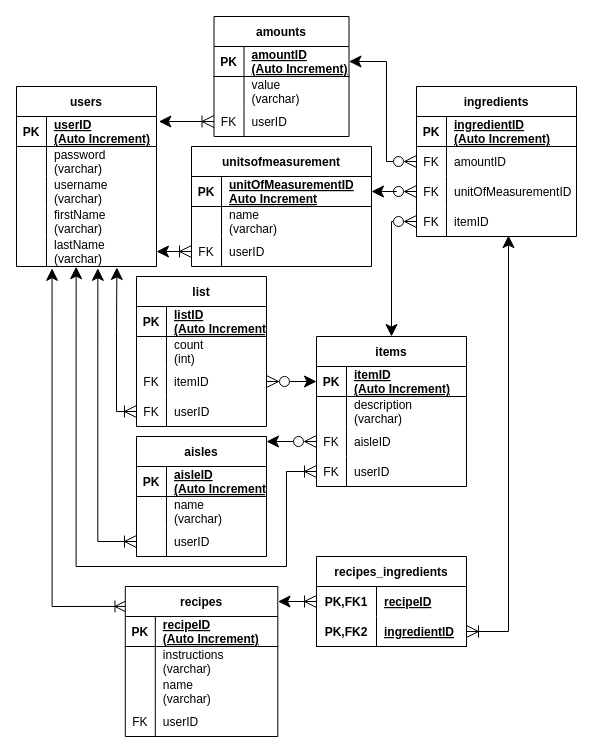
The draw.io diagram GBR ERD.drawio in squeekems/groceriesbyrecipe, before the edit. Source tidied: cells renumbered, new cells numbered last; positions are measured from the earlier drawing's top-left corner, leaving out a move shared by most shapes. Both pictures are drawn from the tidied source at 100%, with x=0, y=0 at pixel (16, 16).
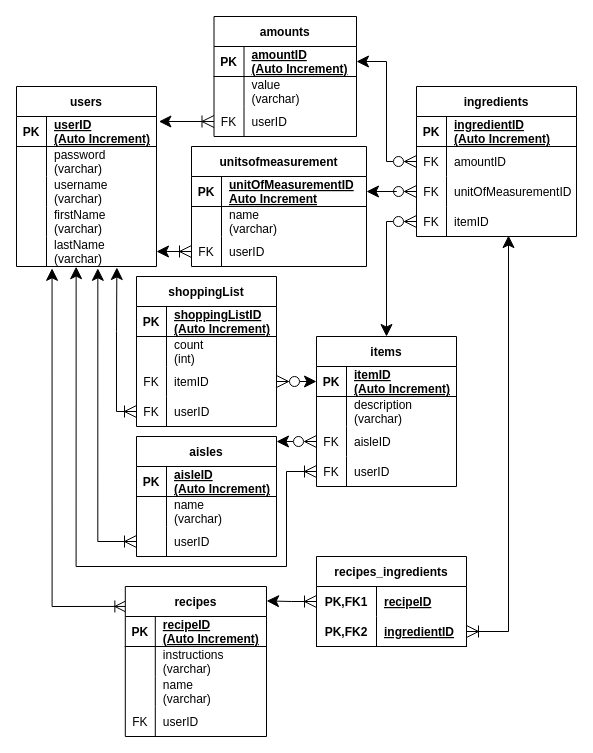
Above is the later version.

The edit, as a diff of the source:
```diff
@@
     <mxCell id="19" value="items" style="shape=table;startSize=30;childLayout=tableLayout;rowLines=0;fontStyle=1;align=center;rounded=0;shadow=0;sketch=0;fillColor=#FFFFFF;" parent="1" vertex="1">
-      <mxGeometry x="300" y="320" width="150" height="150" as="geometry" />
+      <mxGeometry x="300" y="320" width="140" height="150" as="geometry" />
     </mxCell>
     <mxCell id="20" style="shape=tableRow;horizontal=0;startSize=0;swimlaneHead=0;swimlaneBody=0;fillColor=none;points=[[0,0.5],[1,0.5]];portConstraint=eastwest;top=0;left=0;right=0;bottom=1;rounded=0;shadow=0;sketch=0;" parent="19" vertex="1">
-      <mxGeometry y="30" width="150" height="30" as="geometry" />
+      <mxGeometry y="30" width="140" height="30" as="geometry" />
     </mxCell>
@@
     <mxCell id="22" value="itemID&#10;(Auto Increment)" style="shape=partialRectangle;fillColor=none;top=0;left=0;bottom=0;right=0;align=left;spacingLeft=6;fontStyle=5;overflow=hidden;rounded=0;shadow=0;sketch=0;" parent="20" vertex="1">
-      <mxGeometry x="30" width="120" height="30" as="geometry" />
+      <mxGeometry x="30" width="110" height="30" as="geometry" />
     </mxCell>
     <mxCell id="23" style="shape=tableRow;horizontal=0;startSize=0;swimlaneHead=0;swimlaneBody=0;fillColor=none;top=0;left=0;right=0;bottom=0;rounded=0;shadow=0;sketch=0;" parent="19" vertex="1">
-      <mxGeometry y="60" width="150" height="30" as="geometry" />
+      <mxGeometry y="60" width="140" height="30" as="geometry" />
     </mxCell>
@@
     <mxCell id="25" value="description&#10;(varchar)" style="shape=partialRectangle;fillColor=none;top=0;left=0;bottom=0;right=0;align=left;spacingLeft=6;overflow=hidden;rounded=0;shadow=0;sketch=0;" parent="23" vertex="1">
-      <mxGeometry x="30" width="120" height="30" as="geometry" />
+      <mxGeometry x="30" width="110" height="30" as="geometry" />
     </mxCell>
     <mxCell id="26" style="shape=tableRow;horizontal=0;startSize=0;swimlaneHead=0;swimlaneBody=0;fillColor=none;points=[[0,0.5],[1,0.5]];portConstraint=eastwest;top=0;left=0;right=0;bottom=0;rounded=0;shadow=0;sketch=0;" parent="19" vertex="1">
-      <mxGeometry y="90" width="150" height="30" as="geometry" />
+      <mxGeometry y="90" width="140" height="30" as="geometry" />
     </mxCell>
@@
     <mxCell id="28" value="aisleID" style="shape=partialRectangle;fillColor=none;top=0;left=0;bottom=0;right=0;align=left;spacingLeft=6;overflow=hidden;rounded=0;shadow=0;sketch=0;" parent="26" vertex="1">
-      <mxGeometry x="30" width="120" height="30" as="geometry" />
+      <mxGeometry x="30" width="110" height="30" as="geometry" />
     </mxCell>
     <mxCell id="29" style="shape=tableRow;horizontal=0;startSize=0;swimlaneHead=0;swimlaneBody=0;fillColor=none;points=[[0,0.5],[1,0.5]];portConstraint=eastwest;top=0;left=0;right=0;bottom=0;rounded=0;shadow=0;sketch=0;" parent="19" vertex="1">
-      <mxGeometry y="120" width="150" height="30" as="geometry" />
+      <mxGeometry y="120" width="140" height="30" as="geometry" />
     </mxCell>
@@
     <mxCell id="31" value="userID" style="shape=partialRectangle;fillColor=none;top=0;left=0;bottom=0;right=0;align=left;spacingLeft=6;overflow=hidden;rounded=0;shadow=0;sketch=0;" parent="29" vertex="1">
-      <mxGeometry x="30" width="120" height="30" as="geometry" />
+      <mxGeometry x="30" width="110" height="30" as="geometry" />
     </mxCell>
@@
     <mxCell id="48" value="recipes" style="shape=table;startSize=30;childLayout=tableLayout;rowLines=0;fontStyle=1;align=center;rounded=0;shadow=0;sketch=0;fillColor=#FFFFFF;" parent="1" vertex="1">
-      <mxGeometry x="108.8" y="570" width="152.5" height="150" as="geometry" />
+      <mxGeometry x="108.8" y="570" width="141.2" height="150" as="geometry" />
     </mxCell>
     <mxCell id="49" style="shape=tableRow;horizontal=0;startSize=0;swimlaneHead=0;swimlaneBody=0;fillColor=none;top=0;left=0;right=0;bottom=1;rounded=0;shadow=0;sketch=0;" parent="48" vertex="1">
-      <mxGeometry y="30" width="152.5" height="30" as="geometry" />
+      <mxGeometry y="30" width="141.2" height="30" as="geometry" />
     </mxCell>
@@
     <mxCell id="51" value="recipeID&#10;(Auto Increment)" style="shape=partialRectangle;fillColor=none;top=0;left=0;bottom=0;right=0;align=left;spacingLeft=6;fontStyle=5;overflow=hidden;rounded=0;shadow=0;sketch=0;" parent="49" vertex="1">
-      <mxGeometry x="30" width="122.5" height="30" as="geometry" />
+      <mxGeometry x="30" width="111.2" height="30" as="geometry" />
     </mxCell>
     <mxCell id="52" style="shape=tableRow;horizontal=0;startSize=0;swimlaneHead=0;swimlaneBody=0;fillColor=none;top=0;left=0;right=0;bottom=0;rounded=0;shadow=0;sketch=0;" parent="48" vertex="1">
-      <mxGeometry y="60" width="152.5" height="30" as="geometry" />
+      <mxGeometry y="60" width="141.2" height="30" as="geometry" />
     </mxCell>
@@
     <mxCell id="54" value="instructions&#10;(varchar)" style="shape=partialRectangle;fillColor=none;top=0;left=0;bottom=0;right=0;align=left;spacingLeft=6;overflow=hidden;rounded=0;shadow=0;sketch=0;" parent="52" vertex="1">
-      <mxGeometry x="30" width="122.5" height="30" as="geometry" />
+      <mxGeometry x="30" width="111.2" height="30" as="geometry" />
     </mxCell>
     <mxCell id="55" style="shape=tableRow;horizontal=0;startSize=0;swimlaneHead=0;swimlaneBody=0;fillColor=none;top=0;left=0;right=0;bottom=0;rounded=0;shadow=0;sketch=0;" parent="48" vertex="1">
-      <mxGeometry y="90" width="152.5" height="30" as="geometry" />
+      <mxGeometry y="90" width="141.2" height="30" as="geometry" />
     </mxCell>
@@
     <mxCell id="57" value="name&#10;(varchar)" style="shape=partialRectangle;fillColor=none;top=0;left=0;bottom=0;right=0;align=left;spacingLeft=6;overflow=hidden;rounded=0;shadow=0;sketch=0;" parent="55" vertex="1">
-      <mxGeometry x="30" width="122.5" height="30" as="geometry" />
+      <mxGeometry x="30" width="111.2" height="30" as="geometry" />
     </mxCell>
     <mxCell id="58" style="shape=tableRow;horizontal=0;startSize=0;swimlaneHead=0;swimlaneBody=0;fillColor=none;top=0;left=0;right=0;bottom=0;rounded=0;shadow=0;sketch=0;" parent="48" vertex="1">
-      <mxGeometry y="120" width="152.5" height="30" as="geometry" />
+      <mxGeometry y="120" width="141.2" height="30" as="geometry" />
     </mxCell>
@@
     <mxCell id="60" value="userID" style="shape=partialRectangle;fillColor=none;top=0;left=0;bottom=0;right=0;align=left;spacingLeft=6;overflow=hidden;rounded=0;shadow=0;sketch=0;" parent="58" vertex="1">
-      <mxGeometry x="30" width="122.5" height="30" as="geometry" />
+      <mxGeometry x="30" width="111.2" height="30" as="geometry" />
     </mxCell>
     <mxCell id="61" value="amounts" style="shape=table;startSize=30;childLayout=tableLayout;rowLines=0;fontStyle=1;align=center;" parent="1" vertex="1">
-      <mxGeometry x="197.5" width="135" height="120" as="geometry" />
+      <mxGeometry x="197.5" width="142.5" height="120" as="geometry" />
     </mxCell>
     <mxCell id="62" style="shape=tableRow;horizontal=0;startSize=0;swimlaneHead=0;swimlaneBody=0;fillColor=none;points=[[0,0.5],[1,0.5]];portConstraint=eastwest;top=0;left=0;right=0;bottom=1;" parent="61" vertex="1">
-      <mxGeometry y="30" width="135" height="30" as="geometry" />
+      <mxGeometry y="30" width="142.5" height="30" as="geometry" />
     </mxCell>
@@
     <mxCell id="64" value="amountID&#10;(Auto Increment)" style="shape=partialRectangle;fillColor=none;top=0;left=0;bottom=0;right=0;align=left;spacingLeft=6;fontStyle=5;overflow=hidden;" parent="62" vertex="1">
-      <mxGeometry x="30" width="105" height="30" as="geometry" />
+      <mxGeometry x="30" width="112.5" height="30" as="geometry" />
     </mxCell>
     <mxCell id="65" style="shape=tableRow;horizontal=0;startSize=0;swimlaneHead=0;swimlaneBody=0;fillColor=none;top=0;left=0;right=0;bottom=0;" parent="61" vertex="1">
-      <mxGeometry y="60" width="135" height="30" as="geometry" />
+      <mxGeometry y="60" width="142.5" height="30" as="geometry" />
     </mxCell>
@@
     <mxCell id="67" value="value&#10;(varchar)" style="shape=partialRectangle;fillColor=none;top=0;left=0;bottom=0;right=0;align=left;spacingLeft=6;overflow=hidden;" parent="65" vertex="1">
-      <mxGeometry x="30" width="105" height="30" as="geometry" />
+      <mxGeometry x="30" width="112.5" height="30" as="geometry" />
     </mxCell>
     <mxCell id="68" style="shape=tableRow;horizontal=0;startSize=0;swimlaneHead=0;swimlaneBody=0;fillColor=none;points=[[0,0.5],[1,0.5]];portConstraint=eastwest;top=0;left=0;right=0;bottom=0;" parent="61" vertex="1">
-      <mxGeometry y="90" width="135" height="30" as="geometry" />
+      <mxGeometry y="90" width="142.5" height="30" as="geometry" />
     </mxCell>
@@
     <mxCell id="70" value="userID" style="shape=partialRectangle;fillColor=none;top=0;left=0;bottom=0;right=0;align=left;spacingLeft=6;overflow=hidden;" parent="68" vertex="1">
-      <mxGeometry x="30" width="105" height="30" as="geometry" />
+      <mxGeometry x="30" width="112.5" height="30" as="geometry" />
     </mxCell>
     <mxCell id="71" value="unitsofmeasurement" style="shape=table;startSize=30;childLayout=tableLayout;rowLines=0;fontStyle=1;align=center;" parent="1" vertex="1">
-      <mxGeometry x="175" y="130" width="180" height="120" as="geometry" />
+      <mxGeometry x="175" y="130" width="175" height="120" as="geometry" />
     </mxCell>
     <mxCell id="72" style="shape=tableRow;horizontal=0;startSize=0;swimlaneHead=0;swimlaneBody=0;fillColor=none;points=[[0,0.5],[1,0.5]];portConstraint=eastwest;top=0;left=0;right=0;bottom=1;" parent="71" vertex="1">
-      <mxGeometry y="30" width="180" height="30" as="geometry" />
+      <mxGeometry y="30" width="175" height="30" as="geometry" />
     </mxCell>
@@
     <mxCell id="74" value="unitOfMeasurementID&#10;Auto Increment" style="shape=partialRectangle;fillColor=none;top=0;left=0;bottom=0;right=0;align=left;spacingLeft=6;fontStyle=5;overflow=hidden;" parent="72" vertex="1">
-      <mxGeometry x="30" width="150" height="30" as="geometry" />
+      <mxGeometry x="30" width="145" height="30" as="geometry" />
     </mxCell>
     <mxCell id="75" style="shape=tableRow;horizontal=0;startSize=0;swimlaneHead=0;swimlaneBody=0;fillColor=none;top=0;left=0;right=0;bottom=0;" parent="71" vertex="1">
-      <mxGeometry y="60" width="180" height="30" as="geometry" />
+      <mxGeometry y="60" width="175" height="30" as="geometry" />
     </mxCell>
@@
     <mxCell id="77" value="name&#10;(varchar)" style="shape=partialRectangle;fillColor=none;top=0;left=0;bottom=0;right=0;align=left;spacingLeft=6;overflow=hidden;" parent="75" vertex="1">
-      <mxGeometry x="30" width="150" height="30" as="geometry" />
+      <mxGeometry x="30" width="145" height="30" as="geometry" />
     </mxCell>
     <mxCell id="78" style="shape=tableRow;horizontal=0;startSize=0;swimlaneHead=0;swimlaneBody=0;fillColor=none;points=[[0,0.5],[1,0.5]];portConstraint=eastwest;top=0;left=0;right=0;bottom=0;" parent="71" vertex="1">
-      <mxGeometry y="90" width="180" height="30" as="geometry" />
+      <mxGeometry y="90" width="175" height="30" as="geometry" />
     </mxCell>
@@
     <mxCell id="80" value="userID" style="shape=partialRectangle;fillColor=none;top=0;left=0;bottom=0;right=0;align=left;spacingLeft=6;overflow=hidden;" parent="78" vertex="1">
-      <mxGeometry x="30" width="150" height="30" as="geometry" />
+      <mxGeometry x="30" width="145" height="30" as="geometry" />
     </mxCell>
@@
-    <mxCell id="90" value="list" style="shape=table;startSize=30;childLayout=tableLayout;rowLines=0;fontStyle=1;align=center;" parent="1" vertex="1">
-      <mxGeometry x="120" y="260" width="130" height="150" as="geometry" />
+    <mxCell id="90" value="shoppingList" style="shape=table;startSize=30;childLayout=tableLayout;rowLines=0;fontStyle=1;align=center;" parent="1" vertex="1">
+      <mxGeometry x="120" y="260" width="140" height="150" as="geometry" />
     </mxCell>
     <mxCell id="91" style="shape=tableRow;horizontal=0;startSize=0;swimlaneHead=0;swimlaneBody=0;fillColor=none;top=0;left=0;right=0;bottom=1;" parent="90" vertex="1">
-      <mxGeometry y="30" width="130" height="30" as="geometry" />
+      <mxGeometry y="30" width="140" height="30" as="geometry" />
     </mxCell>
@@
-    <mxCell id="93" value="listID&#10;(Auto Increment)" style="shape=partialRectangle;fillColor=none;top=0;left=0;bottom=0;right=0;align=left;spacingLeft=6;fontStyle=5;overflow=hidden;" parent="91" vertex="1">
-      <mxGeometry x="30" width="100" height="30" as="geometry" />
+    <mxCell id="93" value="shoppingListID&#10;(Auto Increment)" style="shape=partialRectangle;fillColor=none;top=0;left=0;bottom=0;right=0;align=left;spacingLeft=6;fontStyle=5;overflow=hidden;" parent="91" vertex="1">
+      <mxGeometry x="30" width="110" height="30" as="geometry" />
     </mxCell>
     <mxCell id="94" style="shape=tableRow;horizontal=0;startSize=0;swimlaneHead=0;swimlaneBody=0;fillColor=none;top=0;left=0;right=0;bottom=0;" parent="90" vertex="1">
-      <mxGeometry y="60" width="130" height="30" as="geometry" />
+      <mxGeometry y="60" width="140" height="30" as="geometry" />
     </mxCell>
@@
     <mxCell id="96" value="count&#10;(int)" style="shape=partialRectangle;fillColor=none;top=0;left=0;bottom=0;right=0;align=left;spacingLeft=6;overflow=hidden;" parent="94" vertex="1">
-      <mxGeometry x="30" width="100" height="30" as="geometry" />
+      <mxGeometry x="30" width="110" height="30" as="geometry" />
     </mxCell>
     <mxCell id="97" style="shape=tableRow;horizontal=0;startSize=0;swimlaneHead=0;swimlaneBody=0;fillColor=none;points=[[0,0.5],[1,0.5]];portConstraint=eastwest;top=0;left=0;right=0;bottom=0;" parent="90" vertex="1">
-      <mxGeometry y="90" width="130" height="30" as="geometry" />
+      <mxGeometry y="90" width="140" height="30" as="geometry" />
     </mxCell>
@@
     <mxCell id="99" value="itemID" style="shape=partialRectangle;fillColor=none;top=0;left=0;bottom=0;right=0;align=left;spacingLeft=6;overflow=hidden;" parent="97" vertex="1">
-      <mxGeometry x="30" width="100" height="30" as="geometry" />
+      <mxGeometry x="30" width="110" height="30" as="geometry" />
     </mxCell>
     <mxCell id="100" style="shape=tableRow;horizontal=0;startSize=0;swimlaneHead=0;swimlaneBody=0;fillColor=none;points=[[0,0.5],[1,0.5]];portConstraint=eastwest;top=0;left=0;right=0;bottom=0;" parent="90" vertex="1">
-      <mxGeometry y="120" width="130" height="30" as="geometry" />
+      <mxGeometry y="120" width="140" height="30" as="geometry" />
     </mxCell>
@@
     <mxCell id="102" value="userID" style="shape=partialRectangle;fillColor=none;top=0;left=0;bottom=0;right=0;align=left;spacingLeft=6;overflow=hidden;" parent="100" vertex="1">
-      <mxGeometry x="30" width="100" height="30" as="geometry" />
+      <mxGeometry x="30" width="110" height="30" as="geometry" />
     </mxCell>
@@
     <mxCell id="108" value="aisles" style="shape=table;startSize=30;childLayout=tableLayout;rowLines=0;fontStyle=1;align=center;" parent="1" vertex="1">
-      <mxGeometry x="120" y="420" width="130" height="120" as="geometry" />
+      <mxGeometry x="120" y="420" width="140" height="120" as="geometry" />
     </mxCell>
     <mxCell id="109" style="shape=tableRow;horizontal=0;startSize=0;swimlaneHead=0;swimlaneBody=0;fillColor=none;top=0;left=0;right=0;bottom=1;" parent="108" vertex="1">
-      <mxGeometry y="30" width="130" height="30" as="geometry" />
+      <mxGeometry y="30" width="140" height="30" as="geometry" />
     </mxCell>
@@
     <mxCell id="111" value="aisleID&#10;(Auto Increment)" style="shape=partialRectangle;fillColor=none;top=0;left=0;bottom=0;right=0;align=left;spacingLeft=6;fontStyle=5;overflow=hidden;" parent="109" vertex="1">
-      <mxGeometry x="30" width="100" height="30" as="geometry" />
+      <mxGeometry x="30" width="110" height="30" as="geometry" />
     </mxCell>
     <mxCell id="112" style="shape=tableRow;horizontal=0;startSize=0;swimlaneHead=0;swimlaneBody=0;fillColor=none;top=0;left=0;right=0;bottom=0;" parent="108" vertex="1">
-      <mxGeometry y="60" width="130" height="30" as="geometry" />
+      <mxGeometry y="60" width="140" height="30" as="geometry" />
     </mxCell>
@@
     <mxCell id="114" value="name&#10;(varchar)" style="shape=partialRectangle;fillColor=none;top=0;left=0;bottom=0;right=0;align=left;spacingLeft=6;overflow=hidden;" parent="112" vertex="1">
-      <mxGeometry x="30" width="100" height="30" as="geometry" />
+      <mxGeometry x="30" width="110" height="30" as="geometry" />
     </mxCell>
     <mxCell id="115" style="shape=tableRow;horizontal=0;startSize=0;swimlaneHead=0;swimlaneBody=0;fillColor=none;points=[[0,0.5],[1,0.5]];portConstraint=eastwest;top=0;left=0;right=0;bottom=0;" parent="108" vertex="1">
-      <mxGeometry y="90" width="130" height="30" as="geometry" />
+      <mxGeometry y="90" width="140" height="30" as="geometry" />
     </mxCell>
@@
     <mxCell id="117" value="userID" style="shape=partialRectangle;fillColor=none;top=0;left=0;bottom=0;right=0;align=left;spacingLeft=6;overflow=hidden;" parent="115" vertex="1">
-      <mxGeometry x="30" width="100" height="30" as="geometry" />
+      <mxGeometry x="30" width="110" height="30" as="geometry" />
     </mxCell>
```
